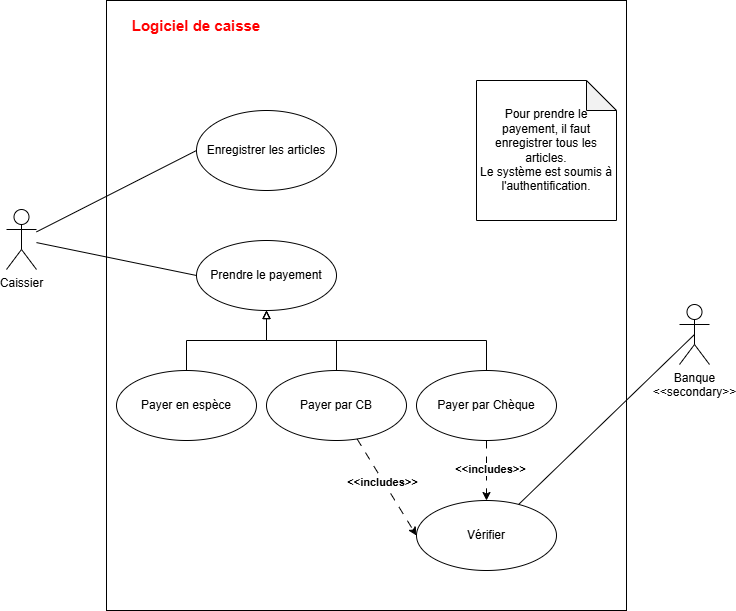
Mzk-Ali/EXO_M2I_UML keeps this draw.io diagram as TP_1_UML_Exercice_2.drawio.png. Above is the earlier version. Source tidied: cells renumbered, new cells last; positions are measured from the earlier drawing's top-left corner, leaving out a move shared by most shapes. The source it was exported from:
```xml
<mxGraphModel>
  <root>
    <mxCell id="0" />
    <mxCell id="1" parent="0" />
    <mxCell id="2" style="rounded=0;whiteSpace=wrap;html=1;" parent="1" vertex="1">
      <mxGeometry x="100" width="520" height="610" as="geometry" />
    </mxCell>
    <mxCell id="3" style="rounded=0;jettySize=auto;html=1;entryX=0;entryY=0.5;entryDx=0;entryDy=0;endArrow=none;startFill=0;" parent="1" edge="1" source="5" target="6">
      <mxGeometry relative="1" as="geometry" />
    </mxCell>
    <mxCell id="4" style="rounded=0;jettySize=auto;html=1;entryX=0;entryY=0.5;entryDx=0;entryDy=0;endArrow=none;startFill=0;" parent="1" edge="1" source="5" target="7">
      <mxGeometry relative="1" as="geometry" />
    </mxCell>
    <mxCell id="5" value="Caissier" style="shape=umlActor;verticalLabelPosition=bottom;verticalAlign=top;html=1;outlineConnect=0;" parent="1" vertex="1">
      <mxGeometry y="209" width="30" height="60" as="geometry" />
    </mxCell>
    <mxCell id="6" value="Enregistrer les articles" style="ellipse;whiteSpace=wrap;html=1;" parent="1" vertex="1">
      <mxGeometry x="190" y="110" width="140" height="80" as="geometry" />
    </mxCell>
    <mxCell id="7" value="Prendre le payement" style="ellipse;whiteSpace=wrap;html=1;" parent="1" vertex="1">
      <mxGeometry x="190" y="240" width="140" height="70" as="geometry" />
    </mxCell>
    <mxCell id="8" value="&lt;b&gt;&lt;font style=&quot;color: light-dark(rgb(255, 0, 0), rgb(237, 237, 237)); font-size: 15px;&quot;&gt;Logiciel de caisse&lt;/font&gt;&lt;/b&gt;" style="text;html=1;align=center;verticalAlign=middle;whiteSpace=wrap;rounded=0;" parent="1" vertex="1">
      <mxGeometry x="110" y="10" width="160" height="30" as="geometry" />
    </mxCell>
    <mxCell id="9" value="Pour prendre le payement, il faut enregistrer tous les articles.&lt;div&gt;Le système est soumis à l'authentification.&lt;/div&gt;" style="shape=note;whiteSpace=wrap;html=1;backgroundOutline=1;darkOpacity=0.05;" parent="1" vertex="1">
      <mxGeometry x="470" y="80" width="140" height="140" as="geometry" />
    </mxCell>
    <mxCell id="10" style="edgeStyle=orthogonalEdgeStyle;rounded=0;jettySize=auto;html=1;entryX=0.5;entryY=1;entryDx=0;entryDy=0;endArrow=block;endFill=0;" parent="1" edge="1" source="11" target="7">
      <mxGeometry relative="1" as="geometry" />
    </mxCell>
    <mxCell id="11" value="Payer en espèce" style="ellipse;whiteSpace=wrap;html=1;" parent="1" vertex="1">
      <mxGeometry x="110" y="370" width="140" height="70" as="geometry" />
    </mxCell>
    <mxCell id="12" style="edgeStyle=orthogonalEdgeStyle;rounded=0;jettySize=auto;html=1;entryX=0.5;entryY=1;entryDx=0;entryDy=0;endArrow=block;endFill=0;" parent="1" edge="1" source="15" target="7">
      <mxGeometry relative="1" as="geometry" />
    </mxCell>
    <mxCell id="13" style="rounded=0;jettySize=auto;html=1;entryX=0;entryY=0.5;entryDx=0;entryDy=0;dashed=1;dashPattern=8 8;" parent="1" edge="1" source="15" target="21">
      <mxGeometry relative="1" as="geometry" />
    </mxCell>
    <mxCell id="14" value="&lt;b&gt;&amp;lt;&amp;lt;includes&amp;gt;&amp;gt;&lt;/b&gt;" style="edgeLabel;html=1;align=center;verticalAlign=middle;" parent="13" vertex="1">
      <mxGeometry x="-0.11" y="-1" relative="1" as="geometry" />
    </mxCell>
    <mxCell id="15" value="Payer par CB" style="ellipse;whiteSpace=wrap;html=1;" parent="1" vertex="1">
      <mxGeometry x="260" y="370" width="140" height="70" as="geometry" />
    </mxCell>
    <mxCell id="16" value="Banque&lt;div&gt;&amp;lt;&amp;lt;secondary&amp;gt;&amp;gt;&lt;/div&gt;" style="shape=umlActor;verticalLabelPosition=bottom;verticalAlign=top;html=1;" parent="1" vertex="1">
      <mxGeometry x="673" y="304" width="30" height="60" as="geometry" />
    </mxCell>
    <mxCell id="17" style="edgeStyle=orthogonalEdgeStyle;rounded=0;jettySize=auto;html=1;entryX=0.5;entryY=1;entryDx=0;entryDy=0;endArrow=block;endFill=0;" parent="1" edge="1" source="20" target="7">
      <mxGeometry relative="1" as="geometry">
        <Array as="points">
          <mxPoint x="480" y="340" />
          <mxPoint x="260" y="340" />
        </Array>
      </mxGeometry>
    </mxCell>
    <mxCell id="18" style="edgeStyle=orthogonalEdgeStyle;rounded=0;jettySize=auto;html=1;dashed=1;dashPattern=8 8;" parent="1" edge="1" source="20" target="21">
      <mxGeometry relative="1" as="geometry" />
    </mxCell>
    <mxCell id="19" value="&lt;b&gt;&amp;lt;&amp;lt;includes&amp;gt;&amp;gt;&lt;/b&gt;" style="edgeLabel;html=1;align=center;verticalAlign=middle;" parent="18" vertex="1">
      <mxGeometry x="-0.07" y="3" relative="1" as="geometry" />
    </mxCell>
    <mxCell id="20" value="Payer par Chèque" style="ellipse;whiteSpace=wrap;html=1;" parent="1" vertex="1">
      <mxGeometry x="410" y="370" width="140" height="70" as="geometry" />
    </mxCell>
    <mxCell id="21" value="Vérifier" style="ellipse;whiteSpace=wrap;html=1;" parent="1" vertex="1">
      <mxGeometry x="410" y="500" width="140" height="70" as="geometry" />
    </mxCell>
    <mxCell id="22" style="rounded=0;jettySize=auto;html=1;entryX=0.5;entryY=0.5;entryDx=0;entryDy=0;entryPerimeter=0;endArrow=none;startFill=0;" parent="1" edge="1" source="21" target="16">
      <mxGeometry relative="1" as="geometry" />
    </mxCell>
  </root>
</mxGraphModel>
```
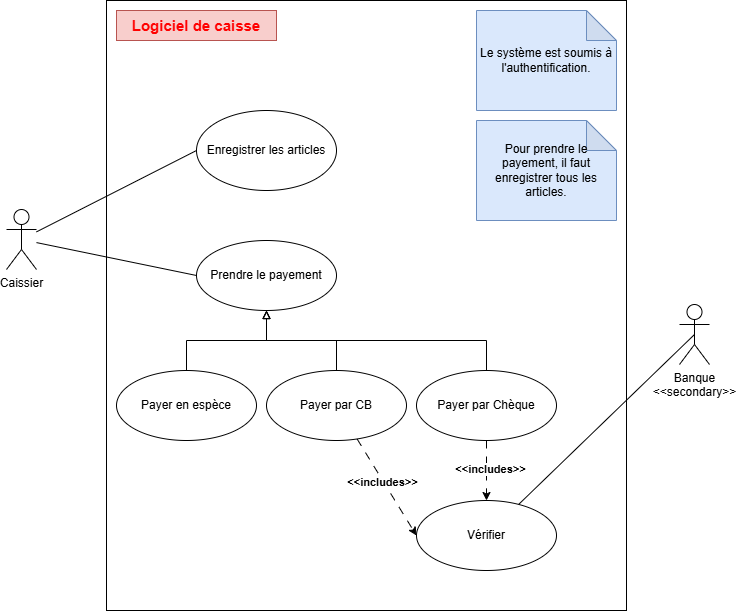
Above is the later version.

What changed in the source:
```diff
@@ -20,11 +20,11 @@
     <mxCell id="7" value="Prendre le payement" style="ellipse;whiteSpace=wrap;html=1;" parent="1" vertex="1">
       <mxGeometry x="190" y="240" width="140" height="70" as="geometry" />
     </mxCell>
-    <mxCell id="8" value="&lt;b&gt;&lt;font style=&quot;color: light-dark(rgb(255, 0, 0), rgb(237, 237, 237)); font-size: 15px;&quot;&gt;Logiciel de caisse&lt;/font&gt;&lt;/b&gt;" style="text;html=1;align=center;verticalAlign=middle;whiteSpace=wrap;rounded=0;" parent="1" vertex="1">
+    <mxCell id="8" value="&lt;b&gt;&lt;font style=&quot;color: light-dark(rgb(255, 0, 0), rgb(237, 237, 237)); font-size: 15px;&quot;&gt;Logiciel de caisse&lt;/font&gt;&lt;/b&gt;" style="text;html=1;align=center;verticalAlign=middle;whiteSpace=wrap;rounded=0;fillColor=#f8cecc;strokeColor=#b85450;" parent="1" vertex="1">
       <mxGeometry x="110" y="10" width="160" height="30" as="geometry" />
     </mxCell>
-    <mxCell id="9" value="Pour prendre le payement, il faut enregistrer tous les articles.&lt;div&gt;Le système est soumis à l'authentification.&lt;/div&gt;" style="shape=note;whiteSpace=wrap;html=1;backgroundOutline=1;darkOpacity=0.05;" parent="1" vertex="1">
-      <mxGeometry x="470" y="80" width="140" height="140" as="geometry" />
+    <mxCell id="9" value="&lt;div&gt;Le système est soumis à l'authentification.&lt;/div&gt;" style="shape=note;whiteSpace=wrap;html=1;backgroundOutline=1;darkOpacity=0.05;fillColor=#dae8fc;strokeColor=#6c8ebf;" parent="1" vertex="1">
+      <mxGeometry x="470" y="10" width="140" height="100" as="geometry" />
     </mxCell>
     <mxCell id="10" style="edgeStyle=orthogonalEdgeStyle;rounded=0;jettySize=auto;html=1;entryX=0.5;entryY=1;entryDx=0;entryDy=0;endArrow=block;endFill=0;" parent="1" edge="1" source="11" target="7">
       <mxGeometry relative="1" as="geometry" />
@@ -70,5 +70,8 @@
     <mxCell id="22" style="rounded=0;jettySize=auto;html=1;entryX=0.5;entryY=0.5;entryDx=0;entryDy=0;entryPerimeter=0;endArrow=none;startFill=0;" parent="1" edge="1" source="21" target="16">
       <mxGeometry relative="1" as="geometry" />
     </mxCell>
+    <mxCell id="23" value="Pour prendre le payement, il faut enregistrer tous les articles." style="shape=note;whiteSpace=wrap;html=1;backgroundOutline=1;darkOpacity=0.05;fillColor=#dae8fc;strokeColor=#6c8ebf;" parent="1" vertex="1">
+      <mxGeometry x="470" y="120" width="140" height="100" as="geometry" />
+    </mxCell>
   </root>
 </mxGraphModel>
```
